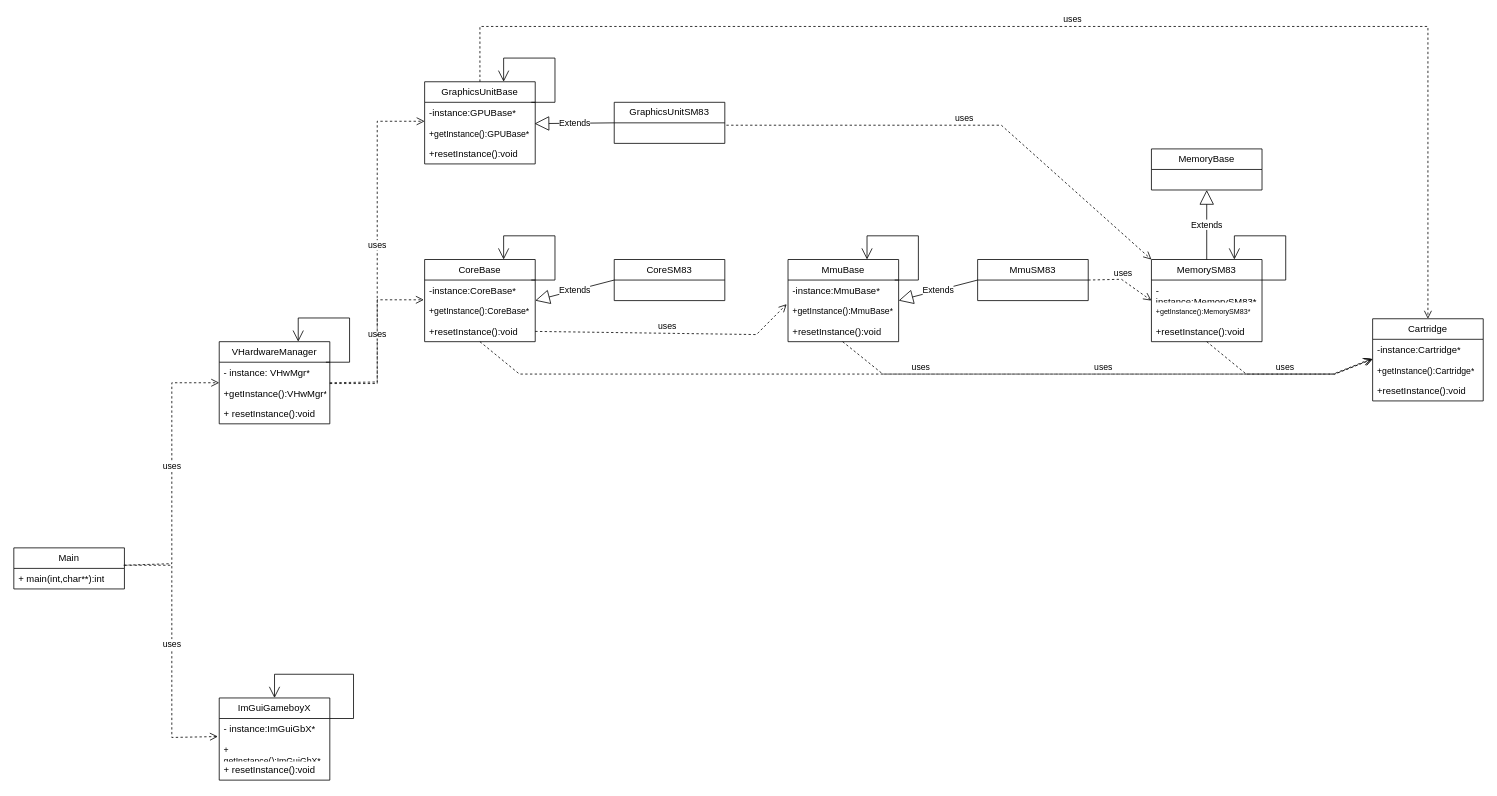
MatthewMer/gameboyx keeps this draw.io diagram as docs/GameboyX.drawio. Above is the earlier version. Source tidied: cells renumbered, new cells numbered last; positions are measured from the earlier drawing's top-left corner, leaving out a move shared by most shapes. Both pictures are drawn from the tidied source at 79%, with x=0, y=0 at pixel (13, 26).
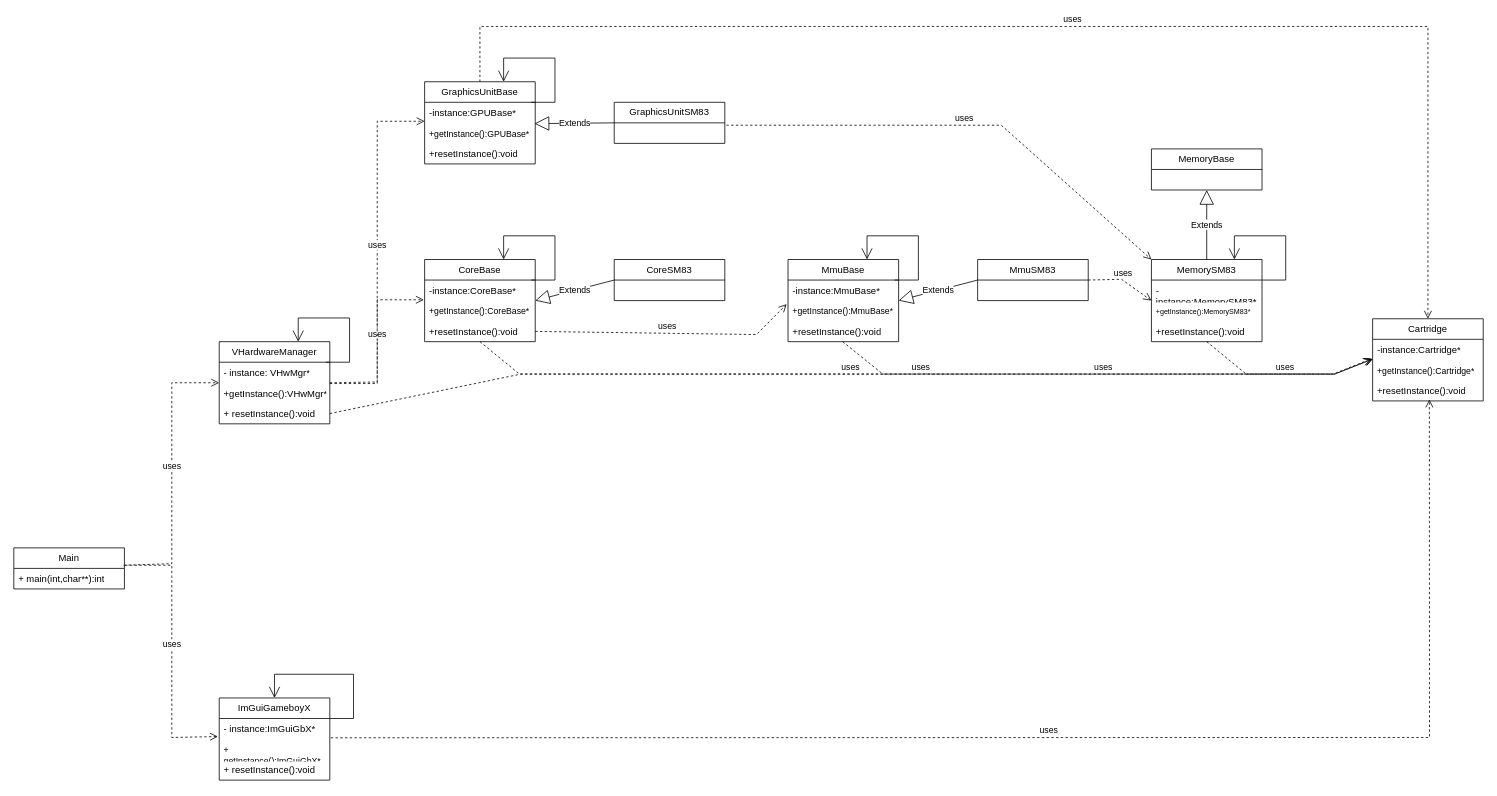
Above is the later version.

Commit message:
added missing arrows in diagram

Unchanged cells that the change refers to:
```xml
<mxCell id="5" value="+ resetInstance():void" style="text;strokeColor=none;fillColor=none;align=left;verticalAlign=top;spacingLeft=4;spacingRight=4;overflow=hidden;points=[[0,0.5],[1,0.5]];portConstraint=eastwest;whiteSpace=wrap;html=1;" parent="2" vertex="1">
  <mxGeometry y="78" width="140" height="26" as="geometry" />
</mxCell>
<mxCell id="30" value="&lt;font style=&quot;font-size: 11px;&quot;&gt;+ getInstance():ImGuiGbX*&lt;/font&gt;" style="text;strokeColor=none;fillColor=none;align=left;verticalAlign=top;spacingLeft=4;spacingRight=4;overflow=hidden;points=[[0,0.5],[1,0.5]];portConstraint=eastwest;whiteSpace=wrap;html=1;" parent="28" vertex="1">
  <mxGeometry y="52" width="140" height="26" as="geometry" />
</mxCell>
<mxCell id="38" value="+resetInstance():void" style="text;strokeColor=none;fillColor=none;align=left;verticalAlign=top;spacingLeft=4;spacingRight=4;overflow=hidden;points=[[0,0.5],[1,0.5]];portConstraint=eastwest;whiteSpace=wrap;html=1;" parent="35" vertex="1">
  <mxGeometry y="78" width="140" height="26" as="geometry" />
</mxCell>
```

The edit, as a diff of the source:
```diff
@@
+    <mxCell id="57" value="uses" style="html=1;verticalAlign=bottom;endArrow=open;dashed=1;endSize=8;curved=0;rounded=0;exitX=1.009;exitY=-0.061;exitDx=0;exitDy=0;entryX=0.513;entryY=0.93;entryDx=0;entryDy=0;exitPerimeter=0;entryPerimeter=0;" parent="1" edge="1" source="30" target="38">
+      <mxGeometry relative="1" as="geometry">
+        <Array as="points">
+          <mxPoint x="1792" y="900" />
+        </Array>
+      </mxGeometry>
+    </mxCell>
+    <mxCell id="58" value="uses" style="html=1;verticalAlign=bottom;endArrow=open;dashed=1;endSize=8;curved=0;rounded=0;entryX=-0.012;entryY=0.949;entryDx=0;entryDy=0;exitX=1;exitY=0.5;exitDx=0;exitDy=0;entryPerimeter=0;" parent="1" edge="1" source="5">
+      <mxGeometry relative="1" as="geometry">
+        <mxPoint x="1720" y="421" as="targetPoint" />
+        <Array as="points">
+          <mxPoint x="642" y="440" />
+          <mxPoint x="1672" y="440" />
+        </Array>
+      </mxGeometry>
+    </mxCell>
```
